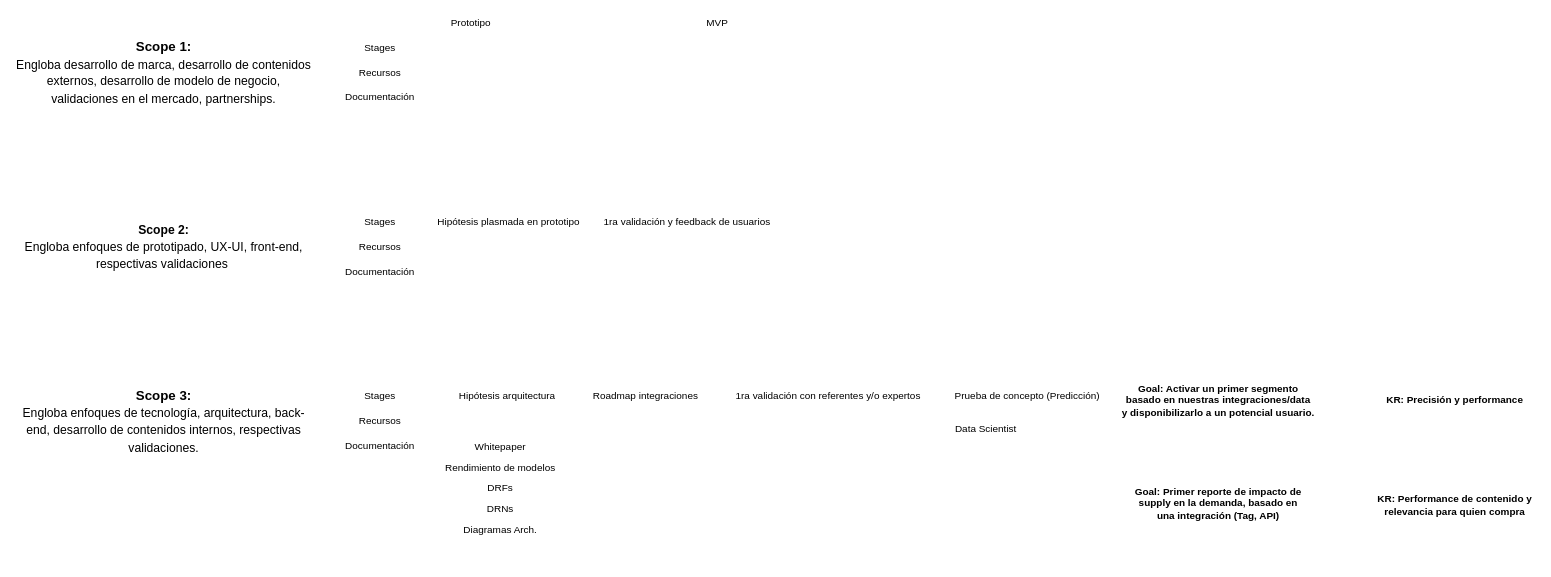
Before: Untitled Diagram.drawio in KidsCorp/KC-ProductDev, a draw.io diagram. Source tidied: cells renumbered, new cells numbered last; positions are measured from the earlier drawing's top-left corner, leaving out a move shared by most shapes. Both pictures are drawn from the tidied source at 83%, with x=0, y=0 at pixel (14, 14).
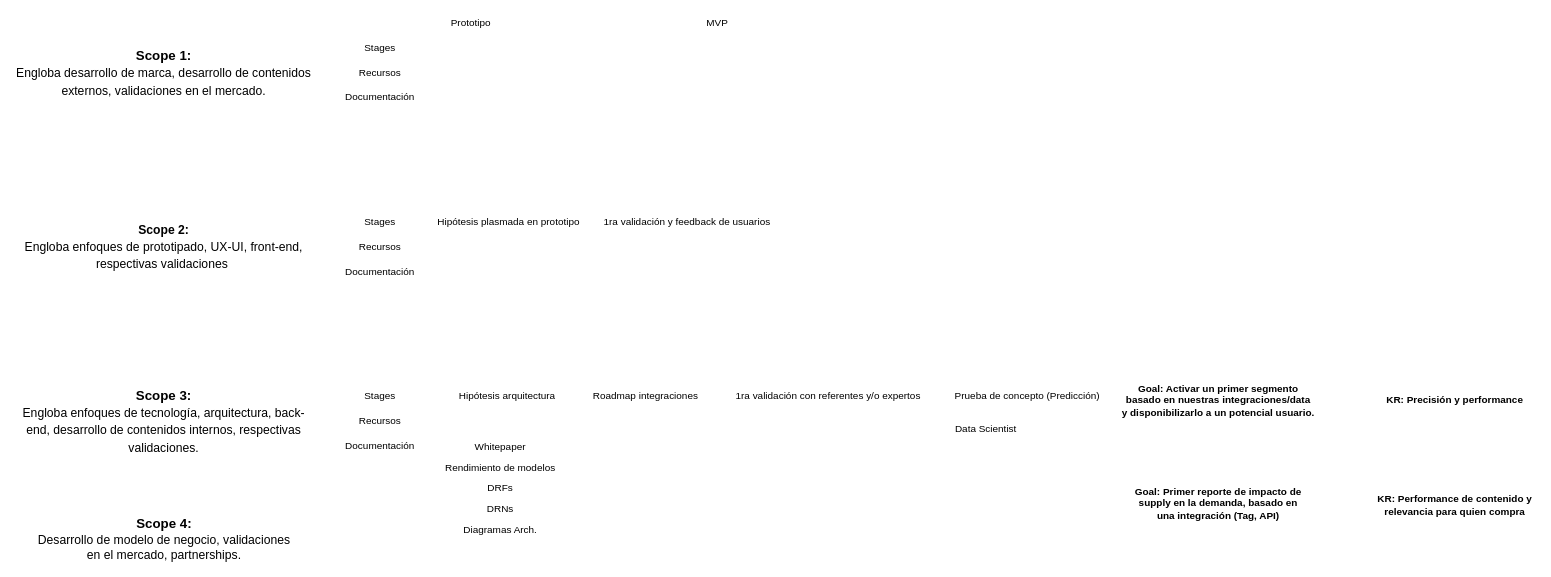
The same diagram, later.

Change to the diagram source:
```diff
@@
-    <mxCell id="2" value="&lt;p dir=&quot;ltr&quot; style=&quot;line-height: 1.38 ; background-color: rgb(255 , 255 , 255) ; margin-top: 0pt ; margin-bottom: 0pt&quot;&gt;&lt;span style=&quot;font-size: 12pt ; font-family: &amp;#34;arial&amp;#34; ; background-color: transparent ; font-weight: 700 ; vertical-align: baseline&quot;&gt;Scope 1:&lt;/span&gt;&lt;/p&gt;&lt;p dir=&quot;ltr&quot; style=&quot;line-height: 1.38 ; background-color: rgb(255 , 255 , 255) ; margin-top: 0pt ; margin-bottom: 0pt&quot;&gt;&lt;span style=&quot;font-size: 11pt ; font-family: &amp;#34;arial&amp;#34; ; background-color: transparent ; vertical-align: baseline&quot;&gt;Engloba desarrollo de marca, desarrollo de contenidos externos, desarrollo de modelo de negocio, validaciones en el mercado, partnerships.&lt;/span&gt;&lt;/p&gt;" style="text;html=1;strokeColor=none;fillColor=none;align=center;verticalAlign=middle;whiteSpace=wrap;rounded=0;" parent="1" vertex="1">
+    <mxCell id="2" value="&lt;p dir=&quot;ltr&quot; style=&quot;line-height: 1.38 ; background-color: rgb(255 , 255 , 255) ; margin-top: 0pt ; margin-bottom: 0pt&quot;&gt;&lt;span style=&quot;font-size: 12pt ; font-family: &amp;#34;arial&amp;#34; ; background-color: transparent ; font-weight: 700 ; vertical-align: baseline&quot;&gt;Scope 1:&lt;/span&gt;&lt;/p&gt;&lt;p dir=&quot;ltr&quot; style=&quot;line-height: 1.38 ; background-color: rgb(255 , 255 , 255) ; margin-top: 0pt ; margin-bottom: 0pt&quot;&gt;&lt;span style=&quot;font-size: 11pt ; font-family: &amp;#34;arial&amp;#34; ; background-color: transparent ; vertical-align: baseline&quot;&gt;Engloba desarrollo de marca, desarrollo de contenidos externos, validaciones en el mercado.&lt;/span&gt;&lt;/p&gt;" style="text;html=1;strokeColor=none;fillColor=none;align=center;verticalAlign=middle;whiteSpace=wrap;rounded=0;" parent="1" vertex="1">
       <mxGeometry y="30" width="360" height="80" as="geometry" />
     </mxCell>
@@
+    <mxCell id="32" value="&lt;p dir=&quot;ltr&quot; style=&quot;line-height: 1.38 ; background-color: rgb(255 , 255 , 255) ; margin-top: 0pt ; margin-bottom: 0pt&quot;&gt;&lt;span style=&quot;font-size: 12pt ; font-family: &amp;#34;arial&amp;#34; ; background-color: transparent ; font-weight: 700 ; vertical-align: baseline&quot;&gt;Scope 4:&lt;/span&gt;&lt;/p&gt;&lt;p dir=&quot;ltr&quot; style=&quot;line-height: 1.38 ; background-color: rgb(255 , 255 , 255) ; margin-top: 0pt ; margin-bottom: 0pt&quot;&gt;&lt;span id=&quot;docs-internal-guid-a03e7e6e-7fff-9b86-cb27-707e165abb1c&quot;&gt;&lt;/span&gt;&lt;/p&gt;&lt;span style=&quot;font-family: &amp;#34;arial&amp;#34; ; font-size: 14.6667px ; background-color: rgb(255 , 255 , 255)&quot;&gt;Desarrollo de modelo de negocio, validaciones&lt;br&gt;en el mercado, partnerships.&lt;/span&gt;" style="text;html=1;align=center;verticalAlign=middle;strokeColor=none;" parent="1" vertex="1">
+      <mxGeometry x="20" y="601" width="320" height="60" as="geometry" />
+    </mxCell>
```
